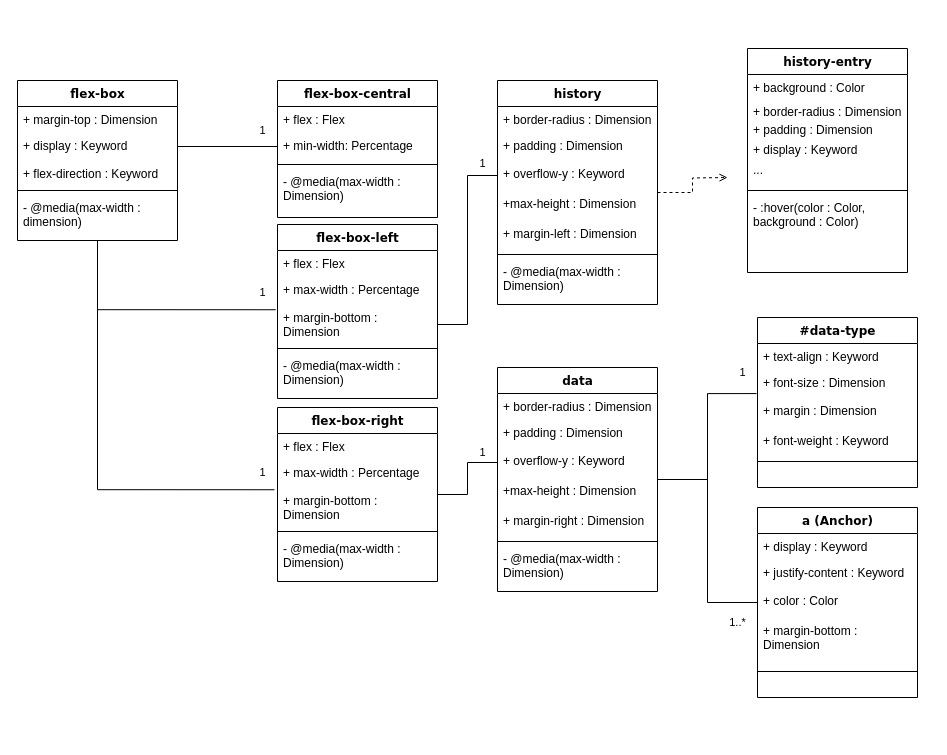
Earlier version of the draw.io diagram diagrams/uml-class.drawio (jensenhill/jensenhill.github.io). Source tidied: cells renumbered, new cells numbered last; positions are measured from the earlier drawing's top-left corner, leaving out a move shared by most shapes. Both pictures are drawn from the tidied source at 100%, with x=0, y=0 at pixel (17, 48).
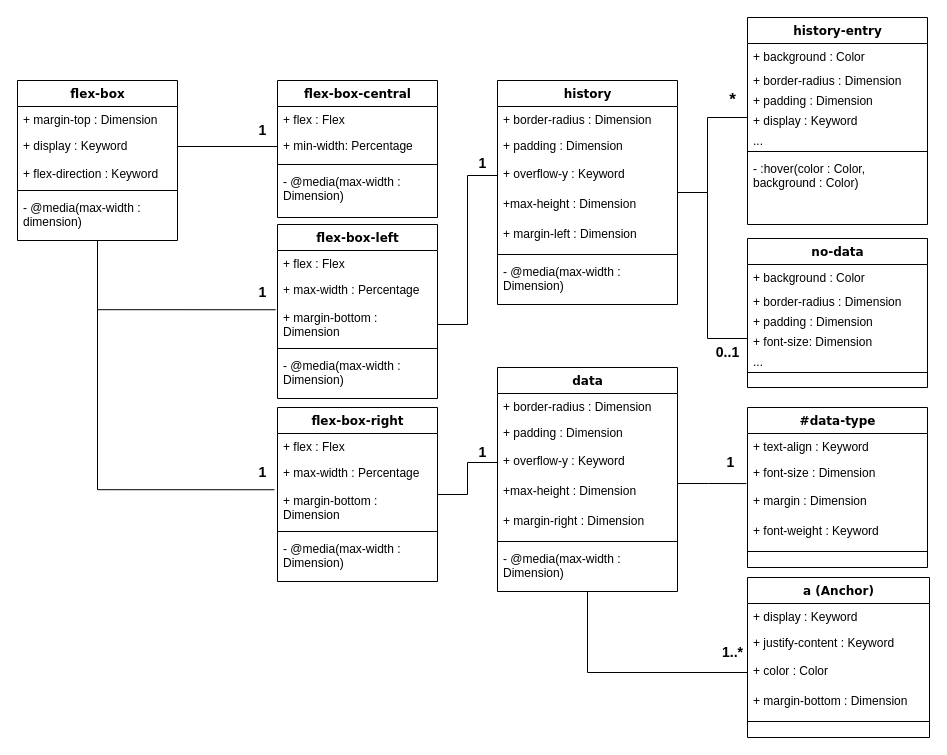
After the change.

Diff of the diagram source:
```diff
@@
-    <mxCell id="14" value="1" style="text;html=1;align=center;verticalAlign=middle;strokeColor=none;fillColor=none;fontFamily=Helvetica;fontSize=11;fontColor=default;labelBackgroundColor=default;" parent="1" vertex="1">
+    <mxCell id="14" value="1" style="text;html=1;align=center;verticalAlign=middle;strokeColor=none;fillColor=none;fontFamily=Helvetica;fontSize=14;fontColor=default;labelBackgroundColor=default;fontStyle=1;" parent="1" vertex="1">
       <mxGeometry x="230" y="67" width="30" height="30" as="geometry" />
     </mxCell>
@@
-    <mxCell id="30" value="1" style="text;html=1;align=center;verticalAlign=middle;strokeColor=none;fillColor=none;fontFamily=Helvetica;fontSize=11;fontColor=default;labelBackgroundColor=default;" parent="1" vertex="1">
+    <mxCell id="30" value="1" style="text;html=1;align=center;verticalAlign=middle;strokeColor=none;fillColor=none;fontFamily=Helvetica;fontSize=14;fontColor=default;labelBackgroundColor=default;fontStyle=1;" parent="1" vertex="1">
       <mxGeometry x="230" y="229" width="30" height="30" as="geometry" />
     </mxCell>
-    <mxCell id="31" value="1" style="text;html=1;align=center;verticalAlign=middle;strokeColor=none;fillColor=none;fontFamily=Helvetica;fontSize=11;fontColor=default;labelBackgroundColor=default;" parent="1" vertex="1">
+    <mxCell id="31" value="1" style="text;html=1;align=center;verticalAlign=middle;strokeColor=none;fillColor=none;fontFamily=Helvetica;fontSize=14;fontColor=default;labelBackgroundColor=default;fontStyle=1;" parent="1" vertex="1">
       <mxGeometry x="230" y="409" width="30" height="30" as="geometry" />
     </mxCell>
-    <mxCell id="32" style="edgeStyle=orthogonalEdgeStyle;rounded=0;jettySize=auto;html=1;dashed=1;strokeColor=default;align=center;verticalAlign=middle;fontFamily=Helvetica;fontSize=11;fontColor=default;labelBackgroundColor=default;endArrow=open;endFill=0;" parent="1" edge="1" source="33">
-      <mxGeometry relative="1" as="geometry">
-        <mxPoint x="710" y="129" as="targetPoint" />
-      </mxGeometry>
-    </mxCell>
+    <mxCell id="76" style="edgeStyle=orthogonalEdgeStyle;rounded=0;jettySize=auto;html=1;entryX=0;entryY=0.5;entryDx=0;entryDy=0;strokeColor=default;align=center;verticalAlign=middle;fontFamily=Helvetica;fontSize=11;fontColor=default;labelBackgroundColor=default;endArrow=none;endFill=0;" parent="1" edge="1" source="33" target="72">
+      <mxGeometry relative="1" as="geometry">
+        <Array as="points">
+          <mxPoint x="690" y="144" />
+          <mxPoint x="690" y="69" />
+        </Array>
+      </mxGeometry>
+    </mxCell>
+    <mxCell id="77" style="edgeStyle=orthogonalEdgeStyle;rounded=0;jettySize=auto;html=1;entryX=0;entryY=0.5;entryDx=0;entryDy=0;strokeColor=default;align=center;verticalAlign=middle;fontFamily=Helvetica;fontSize=11;fontColor=default;labelBackgroundColor=default;endArrow=none;endFill=0;" parent="1" edge="1" source="33" target="82">
+      <mxGeometry relative="1" as="geometry">
+        <Array as="points">
+          <mxPoint x="690" y="144" />
+          <mxPoint x="690" y="290" />
+        </Array>
+      </mxGeometry>
+    </mxCell>
     <mxCell id="33" value="history" style="swimlane;html=1;fontStyle=1;align=center;verticalAlign=top;horizontal=1;startSize=26;swimlaneFillColor=#ffffff;rounded=0;shadow=0;comic=0;labelBackgroundColor=none;strokeWidth=1;fillColor=none;fontFamily=Verdana;fontSize=12;" parent="1" vertex="1">
-      <mxGeometry x="480" y="32" width="160" height="224" as="geometry" />
+      <mxGeometry x="480" y="32" width="180" height="224" as="geometry" />
     </mxCell>
     <mxCell id="34" value="+ border-radius : Dimension" style="text;html=1;strokeColor=none;fillColor=none;align=left;verticalAlign=top;spacingLeft=4;spacingRight=4;whiteSpace=wrap;overflow=hidden;" parent="33" vertex="1">
-      <mxGeometry y="26" width="160" height="26" as="geometry" />
+      <mxGeometry y="26" width="180" height="26" as="geometry" />
     </mxCell>
     <mxCell id="35" value="+ padding : Dimension" style="text;html=1;strokeColor=none;fillColor=none;align=left;verticalAlign=top;spacingLeft=4;spacingRight=4;whiteSpace=wrap;overflow=hidden;" parent="33" vertex="1">
-      <mxGeometry y="52" width="160" height="28" as="geometry" />
+      <mxGeometry y="52" width="180" height="28" as="geometry" />
     </mxCell>
     <mxCell id="36" value="+ overflow-y : Keyword" style="text;html=1;strokeColor=none;fillColor=none;align=left;verticalAlign=top;spacingLeft=4;spacingRight=4;whiteSpace=wrap;overflow=hidden;points=[[0,0.5],[1,0.5]];portConstraint=eastwest;" parent="33" vertex="1">
-      <mxGeometry y="80" width="160" height="30" as="geometry" />
+      <mxGeometry y="80" width="180" height="30" as="geometry" />
     </mxCell>
     <mxCell id="37" value="+max-height : Dimension" style="text;html=1;strokeColor=none;fillColor=none;align=left;verticalAlign=top;spacingLeft=4;spacingRight=4;whiteSpace=wrap;overflow=hidden;" parent="33" vertex="1">
-      <mxGeometry y="110" width="160" height="30" as="geometry" />
+      <mxGeometry y="110" width="180" height="30" as="geometry" />
     </mxCell>
     <mxCell id="38" value="+ margin-left : Dimension" style="text;html=1;strokeColor=none;fillColor=none;align=left;verticalAlign=top;spacingLeft=4;spacingRight=4;whiteSpace=wrap;overflow=hidden;" parent="33" vertex="1">
-      <mxGeometry y="140" width="160" height="30" as="geometry" />
+      <mxGeometry y="140" width="180" height="30" as="geometry" />
     </mxCell>
     <mxCell id="39" style="line;html=1;strokeWidth=1;fillColor=none;align=left;verticalAlign=middle;spacingTop=-1;spacingLeft=3;spacingRight=3;labelPosition=right;" parent="33" vertex="1">
-      <mxGeometry y="170" width="160" height="8" as="geometry" />
+      <mxGeometry y="170" width="180" height="8" as="geometry" />
     </mxCell>
     <mxCell id="40" value="- @media(max-width : Dimension)" style="text;html=1;strokeColor=none;fillColor=none;align=left;verticalAlign=top;spacingLeft=4;spacingRight=4;whiteSpace=wrap;overflow=hidden;" parent="33" vertex="1">
-      <mxGeometry y="178" width="160" height="46" as="geometry" />
+      <mxGeometry y="178" width="180" height="46" as="geometry" />
     </mxCell>
@@
     <mxCell id="42" value="data" style="swimlane;html=1;fontStyle=1;align=center;verticalAlign=top;horizontal=1;startSize=26;swimlaneFillColor=#ffffff;rounded=0;shadow=0;comic=0;labelBackgroundColor=none;strokeWidth=1;fillColor=none;fontFamily=Verdana;fontSize=12;" parent="1" vertex="1">
-      <mxGeometry x="480" y="319" width="160" height="224" as="geometry" />
+      <mxGeometry x="480" y="319" width="180" height="224" as="geometry" />
     </mxCell>
     <mxCell id="43" value="+ border-radius : Dimension" style="text;html=1;strokeColor=none;fillColor=none;align=left;verticalAlign=top;spacingLeft=4;spacingRight=4;whiteSpace=wrap;overflow=hidden;" parent="42" vertex="1">
-      <mxGeometry y="26" width="160" height="26" as="geometry" />
+      <mxGeometry y="26" width="180" height="26" as="geometry" />
     </mxCell>
     <mxCell id="44" value="+ padding : Dimension" style="text;html=1;strokeColor=none;fillColor=none;align=left;verticalAlign=top;spacingLeft=4;spacingRight=4;whiteSpace=wrap;overflow=hidden;" parent="42" vertex="1">
-      <mxGeometry y="52" width="160" height="28" as="geometry" />
+      <mxGeometry y="52" width="180" height="28" as="geometry" />
     </mxCell>
     <mxCell id="45" value="+ overflow-y : Keyword" style="text;html=1;strokeColor=none;fillColor=none;align=left;verticalAlign=top;spacingLeft=4;spacingRight=4;whiteSpace=wrap;overflow=hidden;points=[[0,0.5],[1,0.5]];portConstraint=eastwest;" parent="42" vertex="1">
-      <mxGeometry y="80" width="160" height="30" as="geometry" />
+      <mxGeometry y="80" width="180" height="30" as="geometry" />
     </mxCell>
     <mxCell id="46" value="+max-height : Dimension" style="text;html=1;strokeColor=none;fillColor=none;align=left;verticalAlign=top;spacingLeft=4;spacingRight=4;whiteSpace=wrap;overflow=hidden;" parent="42" vertex="1">
-      <mxGeometry y="110" width="160" height="30" as="geometry" />
+      <mxGeometry y="110" width="180" height="30" as="geometry" />
     </mxCell>
     <mxCell id="47" value="+ margin-right : Dimension" style="text;html=1;strokeColor=none;fillColor=none;align=left;verticalAlign=top;spacingLeft=4;spacingRight=4;whiteSpace=wrap;overflow=hidden;" parent="42" vertex="1">
-      <mxGeometry y="140" width="160" height="30" as="geometry" />
+      <mxGeometry y="140" width="180" height="30" as="geometry" />
     </mxCell>
     <mxCell id="48" style="line;html=1;strokeWidth=1;fillColor=none;align=left;verticalAlign=middle;spacingTop=-1;spacingLeft=3;spacingRight=3;labelPosition=right;" parent="42" vertex="1">
-      <mxGeometry y="170" width="160" height="8" as="geometry" />
+      <mxGeometry y="170" width="180" height="8" as="geometry" />
     </mxCell>
     <mxCell id="49" value="- @media(max-width : Dimension)" style="text;html=1;strokeColor=none;fillColor=none;align=left;verticalAlign=top;spacingLeft=4;spacingRight=4;whiteSpace=wrap;overflow=hidden;" parent="42" vertex="1">
-      <mxGeometry y="178" width="160" height="46" as="geometry" />
+      <mxGeometry y="178" width="180" height="46" as="geometry" />
     </mxCell>
@@
-    <mxCell id="51" value="1" style="text;html=1;align=center;verticalAlign=middle;strokeColor=none;fillColor=none;fontFamily=Helvetica;fontSize=11;fontColor=default;labelBackgroundColor=default;" parent="1" vertex="1">
+    <mxCell id="51" value="1" style="text;html=1;align=center;verticalAlign=middle;strokeColor=none;fillColor=none;fontFamily=Helvetica;fontSize=14;fontColor=default;labelBackgroundColor=default;fontStyle=1;" parent="1" vertex="1">
       <mxGeometry x="450" y="100" width="30" height="30" as="geometry" />
     </mxCell>
-    <mxCell id="52" value="1" style="text;html=1;align=center;verticalAlign=middle;strokeColor=none;fillColor=none;fontFamily=Helvetica;fontSize=11;fontColor=default;labelBackgroundColor=default;" parent="1" vertex="1">
+    <mxCell id="52" value="1" style="text;html=1;align=center;verticalAlign=middle;strokeColor=none;fillColor=none;fontFamily=Helvetica;fontSize=14;fontColor=default;labelBackgroundColor=default;fontStyle=1;" parent="1" vertex="1">
       <mxGeometry x="450" y="389" width="30" height="30" as="geometry" />
     </mxCell>
     <mxCell id="53" value="#data-type" style="swimlane;html=1;fontStyle=1;align=center;verticalAlign=top;horizontal=1;startSize=26;swimlaneFillColor=#ffffff;rounded=0;shadow=0;comic=0;labelBackgroundColor=none;strokeWidth=1;fillColor=none;fontFamily=Verdana;fontSize=12;" parent="1" vertex="1">
-      <mxGeometry x="740" y="269" width="160" height="170" as="geometry" />
+      <mxGeometry x="730" y="359" width="180" height="160" as="geometry" />
     </mxCell>
     <mxCell id="54" value="+ text-align : Keyword" style="text;html=1;strokeColor=none;fillColor=none;align=left;verticalAlign=top;spacingLeft=4;spacingRight=4;whiteSpace=wrap;overflow=hidden;" parent="53" vertex="1">
-      <mxGeometry y="26" width="160" height="26" as="geometry" />
+      <mxGeometry y="26" width="180" height="26" as="geometry" />
     </mxCell>
     <mxCell id="55" value="+ font-size : Dimension" style="text;html=1;strokeColor=none;fillColor=none;align=left;verticalAlign=top;spacingLeft=4;spacingRight=4;whiteSpace=wrap;overflow=hidden;" parent="53" vertex="1">
-      <mxGeometry y="52" width="160" height="28" as="geometry" />
+      <mxGeometry y="52" width="180" height="28" as="geometry" />
     </mxCell>
     <mxCell id="56" value="+ margin : Dimension" style="text;html=1;strokeColor=none;fillColor=none;align=left;verticalAlign=top;spacingLeft=4;spacingRight=4;whiteSpace=wrap;overflow=hidden;points=[[0,0.5],[1,0.5]];portConstraint=eastwest;" parent="53" vertex="1">
-      <mxGeometry y="80" width="160" height="30" as="geometry" />
+      <mxGeometry y="80" width="180" height="30" as="geometry" />
     </mxCell>
     <mxCell id="57" value="+ font-weight : Keyword" style="text;html=1;strokeColor=none;fillColor=none;align=left;verticalAlign=top;spacingLeft=4;spacingRight=4;whiteSpace=wrap;overflow=hidden;" parent="53" vertex="1">
-      <mxGeometry y="110" width="160" height="30" as="geometry" />
+      <mxGeometry y="110" width="180" height="30" as="geometry" />
     </mxCell>
     <mxCell id="58" style="line;html=1;strokeWidth=1;fillColor=none;align=left;verticalAlign=middle;spacingTop=-1;spacingLeft=3;spacingRight=3;labelPosition=right;" parent="53" vertex="1">
-      <mxGeometry y="140" width="160" height="8" as="geometry" />
+      <mxGeometry y="140" width="180" height="8" as="geometry" />
     </mxCell>
     <mxCell id="59" value="a (Anchor)" style="swimlane;html=1;fontStyle=1;align=center;verticalAlign=top;horizontal=1;startSize=26;swimlaneFillColor=#ffffff;rounded=0;shadow=0;comic=0;labelBackgroundColor=none;strokeWidth=1;fillColor=none;fontFamily=Verdana;fontSize=12;" parent="1" vertex="1">
-      <mxGeometry x="740" y="459" width="160" height="190" as="geometry" />
+      <mxGeometry x="730" y="529" width="182" height="160" as="geometry" />
     </mxCell>
     <mxCell id="60" value="+ display : Keyword" style="text;html=1;strokeColor=none;fillColor=none;align=left;verticalAlign=top;spacingLeft=4;spacingRight=4;whiteSpace=wrap;overflow=hidden;" parent="59" vertex="1">
-      <mxGeometry y="26" width="160" height="26" as="geometry" />
+      <mxGeometry y="26" width="182" height="26" as="geometry" />
     </mxCell>
     <mxCell id="61" value="+ justify-content : Keyword" style="text;html=1;strokeColor=none;fillColor=none;align=left;verticalAlign=top;spacingLeft=4;spacingRight=4;whiteSpace=wrap;overflow=hidden;" parent="59" vertex="1">
-      <mxGeometry y="52" width="160" height="28" as="geometry" />
+      <mxGeometry y="52" width="182" height="28" as="geometry" />
     </mxCell>
     <mxCell id="62" value="+ color : Color" style="text;html=1;strokeColor=none;fillColor=none;align=left;verticalAlign=top;spacingLeft=4;spacingRight=4;whiteSpace=wrap;overflow=hidden;points=[[0,0.5],[1,0.5]];portConstraint=eastwest;" parent="59" vertex="1">
-      <mxGeometry y="80" width="160" height="30" as="geometry" />
+      <mxGeometry y="80" width="182" height="30" as="geometry" />
     </mxCell>
     <mxCell id="63" value="+ margin-bottom : Dimension" style="text;html=1;strokeColor=none;fillColor=none;align=left;verticalAlign=top;spacingLeft=4;spacingRight=4;whiteSpace=wrap;overflow=hidden;" parent="59" vertex="1">
-      <mxGeometry y="110" width="160" height="50" as="geometry" />
+      <mxGeometry y="110" width="182" height="30" as="geometry" />
     </mxCell>
     <mxCell id="64" style="line;html=1;strokeWidth=1;fillColor=none;align=left;verticalAlign=middle;spacingTop=-1;spacingLeft=3;spacingRight=3;labelPosition=right;" parent="59" vertex="1">
-      <mxGeometry y="160" width="160" height="8" as="geometry" />
+      <mxGeometry y="140" width="182" height="8" as="geometry" />
     </mxCell>
     <mxCell id="65" style="edgeStyle=orthogonalEdgeStyle;rounded=0;jettySize=auto;html=1;entryX=-0.006;entryY=-0.131;entryDx=0;entryDy=0;entryPerimeter=0;strokeColor=default;align=center;verticalAlign=middle;fontFamily=Helvetica;fontSize=11;fontColor=default;labelBackgroundColor=default;endArrow=none;endFill=0;" parent="1" edge="1" source="42" target="56">
-      <mxGeometry relative="1" as="geometry" />
+      <mxGeometry relative="1" as="geometry">
+        <Array as="points">
+          <mxPoint x="691" y="435" />
+          <mxPoint x="691" y="435" />
+        </Array>
+      </mxGeometry>
     </mxCell>
-    <mxCell id="66" value="1" style="text;html=1;align=center;verticalAlign=middle;strokeColor=none;fillColor=none;fontFamily=Helvetica;fontSize=11;fontColor=default;labelBackgroundColor=default;" parent="1" vertex="1">
-      <mxGeometry x="710" y="309" width="30" height="30" as="geometry" />
+    <mxCell id="66" value="1" style="text;html=1;align=center;verticalAlign=middle;strokeColor=none;fillColor=none;fontFamily=Helvetica;fontSize=14;fontColor=default;labelBackgroundColor=default;fontStyle=1;" parent="1" vertex="1">
+      <mxGeometry x="698" y="399" width="30" height="30" as="geometry" />
     </mxCell>
-    <mxCell id="67" value="1..*" style="text;html=1;align=center;verticalAlign=middle;strokeColor=none;fillColor=none;fontFamily=Helvetica;fontSize=11;fontColor=default;labelBackgroundColor=default;" parent="1" vertex="1">
-      <mxGeometry x="700" y="559" width="40" height="30" as="geometry" />
+    <mxCell id="67" value="1..*" style="text;html=1;align=center;verticalAlign=middle;strokeColor=none;fillColor=none;fontFamily=Helvetica;fontSize=14;fontColor=default;labelBackgroundColor=default;fontStyle=1;" parent="1" vertex="1">
+      <mxGeometry x="695" y="589" width="40" height="30" as="geometry" />
     </mxCell>
     <mxCell id="68" value="history-entry" style="swimlane;html=1;fontStyle=1;align=center;verticalAlign=top;horizontal=1;startSize=26;swimlaneFillColor=#ffffff;rounded=0;shadow=0;comic=0;labelBackgroundColor=none;strokeWidth=1;fillColor=none;fontFamily=Verdana;fontSize=12;" parent="1" vertex="1">
-      <mxGeometry x="730" width="160" height="224" as="geometry" />
+      <mxGeometry x="730" y="-31" width="180" height="207" as="geometry" />
     </mxCell>
     <mxCell id="69" value="+ background : Color" style="text;html=1;strokeColor=none;fillColor=none;align=left;verticalAlign=top;spacingLeft=4;spacingRight=4;whiteSpace=wrap;overflow=hidden;" parent="68" vertex="1">
-      <mxGeometry y="26" width="160" height="24" as="geometry" />
+      <mxGeometry y="26" width="180" height="24" as="geometry" />
     </mxCell>
     <mxCell id="70" value="+ border-radius : Dimension" style="text;html=1;strokeColor=none;fillColor=none;align=left;verticalAlign=top;spacingLeft=4;spacingRight=4;whiteSpace=wrap;overflow=hidden;" parent="68" vertex="1">
-      <mxGeometry y="50" width="160" height="18" as="geometry" />
+      <mxGeometry y="50" width="180" height="20" as="geometry" />
     </mxCell>
     <mxCell id="71" value="+ padding : Dimension" style="text;html=1;strokeColor=none;fillColor=none;align=left;verticalAlign=top;spacingLeft=4;spacingRight=4;whiteSpace=wrap;overflow=hidden;" parent="68" vertex="1">
-      <mxGeometry y="68" width="160" height="20" as="geometry" />
+      <mxGeometry y="70" width="180" height="20" as="geometry" />
     </mxCell>
     <mxCell id="72" value="+ display : Keyword" style="text;html=1;strokeColor=none;fillColor=none;align=left;verticalAlign=top;spacingLeft=4;spacingRight=4;whiteSpace=wrap;overflow=hidden;points=[[0,0.5],[1,0.5]];portConstraint=eastwest;" parent="68" vertex="1">
-      <mxGeometry y="88" width="160" height="20" as="geometry" />
+      <mxGeometry y="90" width="180" height="20" as="geometry" />
     </mxCell>
     <mxCell id="73" value="..." style="text;html=1;strokeColor=none;fillColor=none;align=left;verticalAlign=top;spacingLeft=4;spacingRight=4;whiteSpace=wrap;overflow=hidden;" parent="68" vertex="1">
-      <mxGeometry y="108" width="160" height="30" as="geometry" />
+      <mxGeometry y="110" width="180" height="20" as="geometry" />
     </mxCell>
     <mxCell id="74" style="line;html=1;strokeWidth=1;fillColor=none;align=left;verticalAlign=middle;spacingTop=-1;spacingLeft=3;spacingRight=3;labelPosition=right;" parent="68" vertex="1">
-      <mxGeometry y="138" width="160" height="8" as="geometry" />
+      <mxGeometry y="130" width="180" height="8" as="geometry" />
     </mxCell>
     <mxCell id="75" value="- :hover(color : Color, background : Color)" style="text;html=1;strokeColor=none;fillColor=none;align=left;verticalAlign=top;spacingLeft=4;spacingRight=4;whiteSpace=wrap;overflow=hidden;" parent="68" vertex="1">
-      <mxGeometry y="146" width="160" height="46" as="geometry" />
+      <mxGeometry y="138" width="180" height="46" as="geometry" />
     </mxCell>
+    <mxCell id="78" value="no-data" style="swimlane;html=1;fontStyle=1;align=center;verticalAlign=top;horizontal=1;startSize=26;swimlaneFillColor=#ffffff;rounded=0;shadow=0;comic=0;labelBackgroundColor=none;strokeWidth=1;fillColor=none;fontFamily=Verdana;fontSize=12;" parent="1" vertex="1">
+      <mxGeometry x="730" y="190" width="180" height="149" as="geometry" />
+    </mxCell>
+    <mxCell id="79" value="+ background : Color" style="text;html=1;strokeColor=none;fillColor=none;align=left;verticalAlign=top;spacingLeft=4;spacingRight=4;whiteSpace=wrap;overflow=hidden;" parent="78" vertex="1">
+      <mxGeometry y="26" width="180" height="24" as="geometry" />
+    </mxCell>
+    <mxCell id="80" value="+ border-radius : Dimension" style="text;html=1;strokeColor=none;fillColor=none;align=left;verticalAlign=top;spacingLeft=4;spacingRight=4;whiteSpace=wrap;overflow=hidden;" parent="78" vertex="1">
+      <mxGeometry y="50" width="180" height="20" as="geometry" />
+    </mxCell>
+    <mxCell id="81" value="+ padding : Dimension" style="text;html=1;strokeColor=none;fillColor=none;align=left;verticalAlign=top;spacingLeft=4;spacingRight=4;whiteSpace=wrap;overflow=hidden;" parent="78" vertex="1">
+      <mxGeometry y="70" width="180" height="20" as="geometry" />
+    </mxCell>
+    <mxCell id="82" value="+ font-size: Dimension" style="text;html=1;strokeColor=none;fillColor=none;align=left;verticalAlign=top;spacingLeft=4;spacingRight=4;whiteSpace=wrap;overflow=hidden;points=[[0,0.5],[1,0.5]];portConstraint=eastwest;" parent="78" vertex="1">
+      <mxGeometry y="90" width="180" height="20" as="geometry" />
+    </mxCell>
+    <mxCell id="83" value="..." style="text;html=1;strokeColor=none;fillColor=none;align=left;verticalAlign=top;spacingLeft=4;spacingRight=4;whiteSpace=wrap;overflow=hidden;" parent="78" vertex="1">
+      <mxGeometry y="110" width="180" height="20" as="geometry" />
+    </mxCell>
+    <mxCell id="84" style="line;html=1;strokeWidth=1;fillColor=none;align=left;verticalAlign=middle;spacingTop=-1;spacingLeft=3;spacingRight=3;labelPosition=right;" parent="78" vertex="1">
+      <mxGeometry y="130" width="180" height="8" as="geometry" />
+    </mxCell>
+    <mxCell id="85" value="*" style="text;html=1;align=center;verticalAlign=middle;strokeColor=none;fillColor=none;fontFamily=Helvetica;fontSize=17;fontColor=default;labelBackgroundColor=default;fontStyle=1;" parent="1" vertex="1">
+      <mxGeometry x="700" y="37" width="30" height="30" as="geometry" />
+    </mxCell>
+    <mxCell id="86" value="0..1" style="text;html=1;align=center;verticalAlign=middle;strokeColor=none;fillColor=none;fontFamily=Helvetica;fontSize=14;fontColor=default;labelBackgroundColor=default;fontStyle=1;" parent="1" vertex="1">
+      <mxGeometry x="685" y="289" width="50" height="30" as="geometry" />
+    </mxCell>
```
